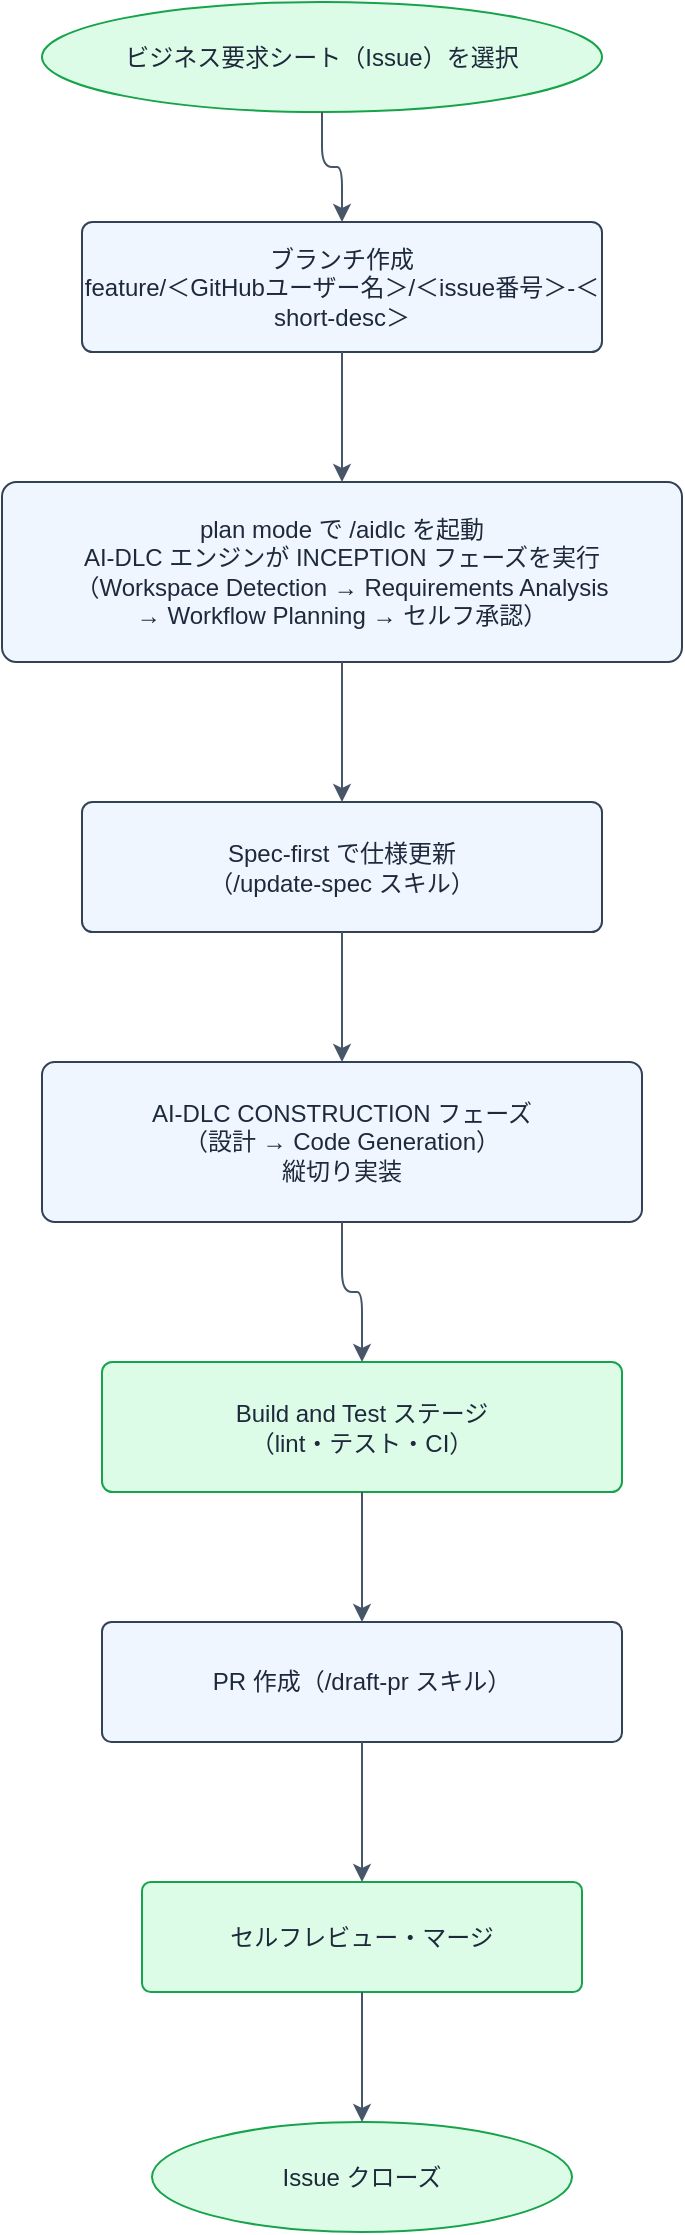
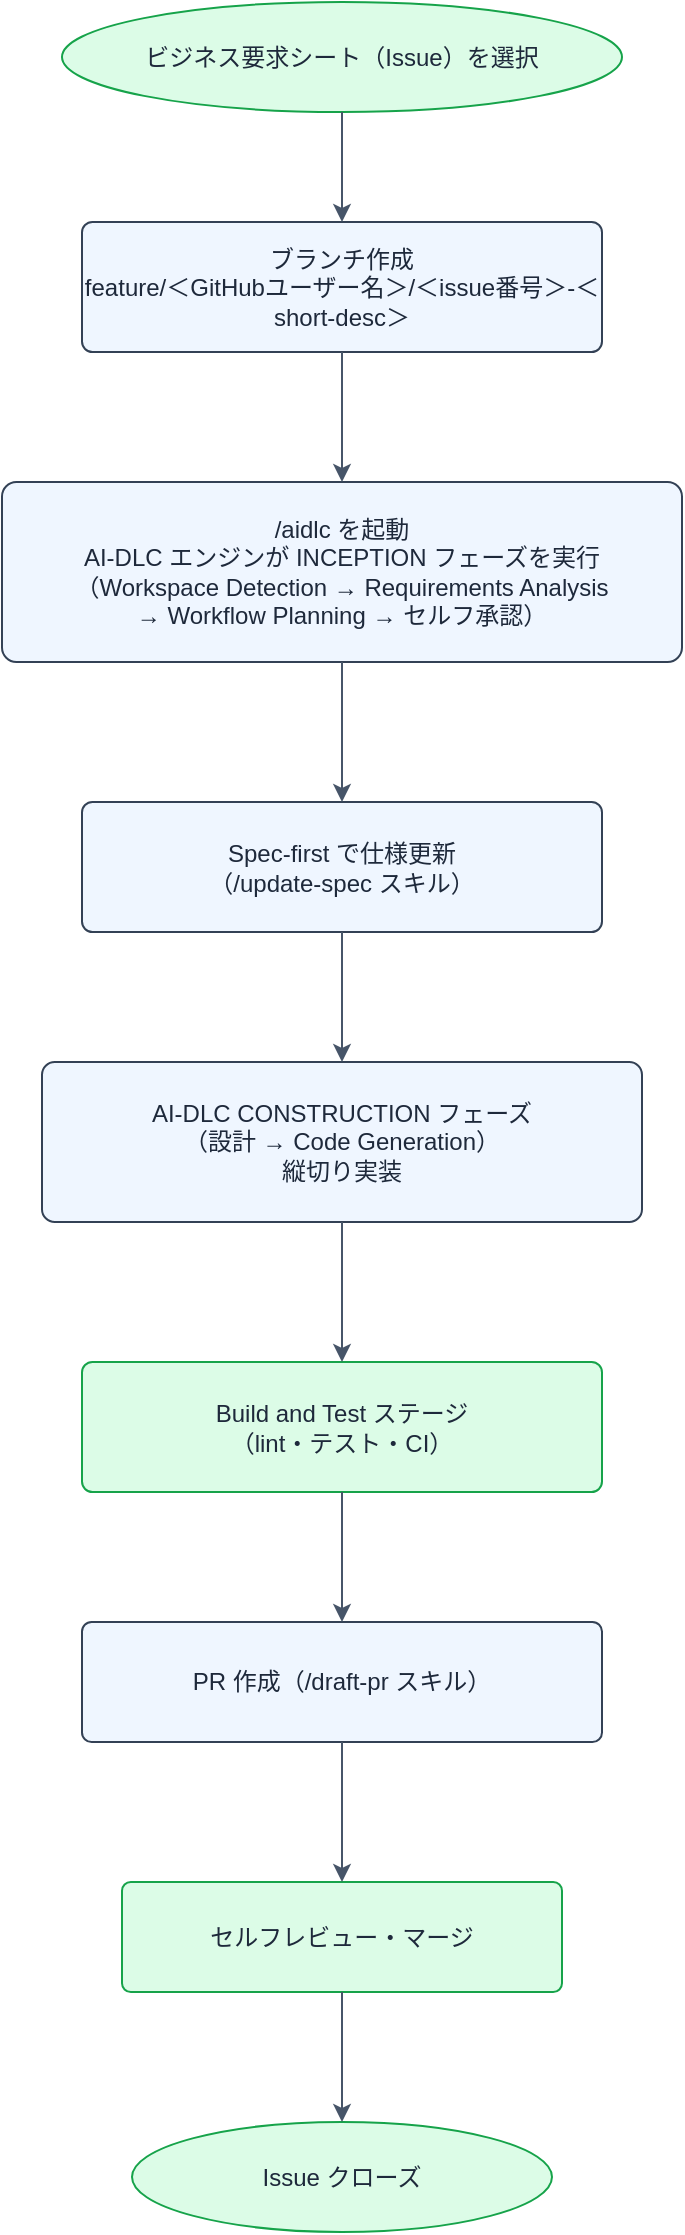
- <?xml version="1.0" encoding="UTF-8"?>
- <mxfile host="drawio" version="26.0.0">
-   <diagram name="標準開発フロー">
-     <mxGraphModel>
-       <root>
-         <mxCell id="0" />
-         <mxCell id="1" parent="0" />
-         <!-- A: ビジネス要求シート（Issue）を選択 -->
-         <mxCell id="2" value="ビジネス要求シート（Issue）を選択" style="ellipse;whiteSpace=wrap;html=1;fillColor=#DCFCE7;strokeColor=#16A34A;fontColor=#1E293B;" vertex="1" parent="1">
-           <mxGeometry x="240" y="20" width="280" height="55" as="geometry" />
-         </mxCell>
-         <!-- B: ブランチ作成 -->
-         <mxCell id="3" value="ブランチ作成&#xa;feature/＜GitHubユーザー名＞/＜issue番号＞-＜short-desc＞" style="rounded=1;whiteSpace=wrap;html=1;fillColor=#EFF6FF;strokeColor=#334155;fontColor=#1E293B;arcSize=8;" vertex="1" parent="1">
-           <mxGeometry x="260" y="130" width="260" height="65" as="geometry" />
-         </mxCell>
-         <!-- C: AI-DLC INCEPTION -->
-         <mxCell id="4" value="plan mode で /aidlc を起動&#xa;AI-DLC エンジンが INCEPTION フェーズを実行&#xa;（Workspace Detection → Requirements Analysis&#xa;→ Workflow Planning → セルフ承認）" style="rounded=1;whiteSpace=wrap;html=1;fillColor=#EFF6FF;strokeColor=#334155;fontColor=#1E293B;arcSize=8;" vertex="1" parent="1">
-           <mxGeometry x="220" y="260" width="340" height="90" as="geometry" />
-         </mxCell>
-         <!-- D: Spec-first で仕様更新 -->
-         <mxCell id="6" value="Spec-first で仕様更新&#xa;（/update-spec スキル）" style="rounded=1;whiteSpace=wrap;html=1;fillColor=#EFF6FF;strokeColor=#334155;fontColor=#1E293B;arcSize=8;" vertex="1" parent="1">
-           <mxGeometry x="260" y="420" width="260" height="65" as="geometry" />
-         </mxCell>
-         <!-- E: AI-DLC CONSTRUCTION -->
-         <mxCell id="7" value="AI-DLC CONSTRUCTION フェーズ&#xa;（設計 → Code Generation）&#xa;縦切り実装" style="rounded=1;whiteSpace=wrap;html=1;fillColor=#EFF6FF;strokeColor=#334155;fontColor=#1E293B;arcSize=8;" vertex="1" parent="1">
-           <mxGeometry x="240" y="550" width="300" height="80" as="geometry" />
-         </mxCell>
-         <!-- F: Build and Test -->
-         <mxCell id="8" value="Build and Test ステージ&#xa;（lint・テスト・CI）" style="rounded=1;whiteSpace=wrap;html=1;fillColor=#DCFCE7;strokeColor=#16A34A;fontColor=#1E293B;arcSize=8;" vertex="1" parent="1">
-           <mxGeometry x="270" y="700" width="260" height="65" as="geometry" />
-         </mxCell>
-         <!-- H: PR 作成 -->
-         <mxCell id="9" value="PR 作成（/draft-pr スキル）" style="rounded=1;whiteSpace=wrap;html=1;fillColor=#EFF6FF;strokeColor=#334155;fontColor=#1E293B;arcSize=8;" vertex="1" parent="1">
-           <mxGeometry x="270" y="830" width="260" height="60" as="geometry" />
-         </mxCell>
-         <!-- I: セルフレビュー・マージ -->
-         <mxCell id="11" value="セルフレビュー・マージ" style="rounded=1;whiteSpace=wrap;html=1;fillColor=#DCFCE7;strokeColor=#16A34A;fontColor=#1E293B;arcSize=8;" vertex="1" parent="1">
-           <mxGeometry x="290" y="960" width="220" height="55" as="geometry" />
-         </mxCell>
-         <!-- J: Issue クローズ -->
-         <mxCell id="12" value="Issue クローズ" style="ellipse;whiteSpace=wrap;html=1;fillColor=#DCFCE7;strokeColor=#16A34A;fontColor=#1E293B;" vertex="1" parent="1">
-           <mxGeometry x="295" y="1080" width="210" height="55" as="geometry" />
-         </mxCell>
-         <!-- Edges -->
-         <!-- A → B -->
-         <mxCell id="13" value="" style="edgeStyle=orthogonalEdgeStyle;rounded=1;orthogonalLoop=1;jettySize=auto;html=1;strokeColor=#475569;" edge="1" parent="1" source="2" target="3">
-           <mxGeometry relative="1" as="geometry" />
-         </mxCell>
-         <!-- B → C -->
-         <mxCell id="14" value="" style="edgeStyle=orthogonalEdgeStyle;rounded=1;orthogonalLoop=1;jettySize=auto;html=1;strokeColor=#475569;" edge="1" parent="1" source="3" target="4">
-           <mxGeometry relative="1" as="geometry" />
-         </mxCell>
-         <!-- C → D -->
-         <mxCell id="15" value="" style="edgeStyle=orthogonalEdgeStyle;rounded=1;orthogonalLoop=1;jettySize=auto;html=1;strokeColor=#475569;" edge="1" parent="1" source="4" target="6">
-           <mxGeometry relative="1" as="geometry" />
-         </mxCell>
-         <!-- D → E -->
-         <mxCell id="18" value="" style="edgeStyle=orthogonalEdgeStyle;rounded=1;orthogonalLoop=1;jettySize=auto;html=1;strokeColor=#475569;" edge="1" parent="1" source="6" target="7">
-           <mxGeometry relative="1" as="geometry" />
-         </mxCell>
-         <!-- E → F -->
-         <mxCell id="19" value="" style="edgeStyle=orthogonalEdgeStyle;rounded=1;orthogonalLoop=1;jettySize=auto;html=1;strokeColor=#475569;" edge="1" parent="1" source="7" target="8">
-           <mxGeometry relative="1" as="geometry" />
-         </mxCell>
-         <!-- F → H -->
-         <mxCell id="20" value="" style="edgeStyle=orthogonalEdgeStyle;rounded=1;orthogonalLoop=1;jettySize=auto;html=1;strokeColor=#475569;" edge="1" parent="1" source="8" target="9">
-           <mxGeometry relative="1" as="geometry" />
-         </mxCell>
-         <!-- H → I -->
-         <mxCell id="21" value="" style="edgeStyle=orthogonalEdgeStyle;rounded=1;orthogonalLoop=1;jettySize=auto;html=1;strokeColor=#475569;" edge="1" parent="1" source="9" target="11">
-           <mxGeometry relative="1" as="geometry" />
-         </mxCell>
-         <!-- I → J -->
-         <mxCell id="24" value="" style="edgeStyle=orthogonalEdgeStyle;rounded=1;orthogonalLoop=1;jettySize=auto;html=1;strokeColor=#475569;" edge="1" parent="1" source="11" target="12">
-           <mxGeometry relative="1" as="geometry" />
-         </mxCell>
-       </root>
-     </mxGraphModel>
-   </diagram>
- </mxfile>
+ <mxfile host="65bd71144e">
+     <diagram name="標準開発フロー" id="0">
+         <mxGraphModel dx="280" dy="659" grid="1" gridSize="10" guides="1" tooltips="1" connect="1" arrows="1" fold="1" page="1" pageScale="1" pageWidth="827" pageHeight="1169" math="0" shadow="0">
+             <root>
+                 <mxCell id="0"/>
+                 <mxCell id="1" parent="0"/>
+                 <mxCell id="2" value="ビジネス要求シート（Issue）を選択" style="ellipse;whiteSpace=wrap;html=1;fillColor=#DCFCE7;strokeColor=#16A34A;fontColor=#1E293B;" parent="1" vertex="1">
+                     <mxGeometry x="260" y="20" width="280" height="55" as="geometry"/>
+                 </mxCell>
+                 <mxCell id="3" value="ブランチ作成&#xa;feature/＜GitHubユーザー名＞/＜issue番号＞-＜short-desc＞" style="rounded=1;whiteSpace=wrap;html=1;fillColor=#EFF6FF;strokeColor=#334155;fontColor=#1E293B;arcSize=8;" parent="1" vertex="1">
+                     <mxGeometry x="270" y="130" width="260" height="65" as="geometry"/>
+                 </mxCell>
+                 <mxCell id="4" value="/aidlc を起動&#xa;AI-DLC エンジンが INCEPTION フェーズを実行&#xa;（Workspace Detection → Requirements Analysis&#xa;→ Workflow Planning → セルフ承認）" style="rounded=1;whiteSpace=wrap;html=1;fillColor=#EFF6FF;strokeColor=#334155;fontColor=#1E293B;arcSize=8;" parent="1" vertex="1">
+                     <mxGeometry x="230" y="260" width="340" height="90" as="geometry"/>
+                 </mxCell>
+                 <mxCell id="6" value="Spec-first で仕様更新&#xa;（/update-spec スキル）" style="rounded=1;whiteSpace=wrap;html=1;fillColor=#EFF6FF;strokeColor=#334155;fontColor=#1E293B;arcSize=8;" parent="1" vertex="1">
+                     <mxGeometry x="270" y="420" width="260" height="65" as="geometry"/>
+                 </mxCell>
+                 <mxCell id="7" value="AI-DLC CONSTRUCTION フェーズ&#xa;（設計 → Code Generation）&#xa;縦切り実装" style="rounded=1;whiteSpace=wrap;html=1;fillColor=#EFF6FF;strokeColor=#334155;fontColor=#1E293B;arcSize=8;" parent="1" vertex="1">
+                     <mxGeometry x="250" y="550" width="300" height="80" as="geometry"/>
+                 </mxCell>
+                 <mxCell id="8" value="Build and Test ステージ&#xa;（lint・テスト・CI）" style="rounded=1;whiteSpace=wrap;html=1;fillColor=#DCFCE7;strokeColor=#16A34A;fontColor=#1E293B;arcSize=8;" parent="1" vertex="1">
+                     <mxGeometry x="270" y="700" width="260" height="65" as="geometry"/>
+                 </mxCell>
+                 <mxCell id="9" value="PR 作成（/draft-pr スキル）" style="rounded=1;whiteSpace=wrap;html=1;fillColor=#EFF6FF;strokeColor=#334155;fontColor=#1E293B;arcSize=8;" parent="1" vertex="1">
+                     <mxGeometry x="270" y="830" width="260" height="60" as="geometry"/>
+                 </mxCell>
+                 <mxCell id="11" value="セルフレビュー・マージ" style="rounded=1;whiteSpace=wrap;html=1;fillColor=#DCFCE7;strokeColor=#16A34A;fontColor=#1E293B;arcSize=8;" parent="1" vertex="1">
+                     <mxGeometry x="290" y="960" width="220" height="55" as="geometry"/>
+                 </mxCell>
+                 <mxCell id="12" value="Issue クローズ" style="ellipse;whiteSpace=wrap;html=1;fillColor=#DCFCE7;strokeColor=#16A34A;fontColor=#1E293B;" parent="1" vertex="1">
+                     <mxGeometry x="295" y="1080" width="210" height="55" as="geometry"/>
+                 </mxCell>
+                 <mxCell id="13" value="" style="edgeStyle=orthogonalEdgeStyle;rounded=1;orthogonalLoop=1;jettySize=auto;html=1;strokeColor=#475569;" parent="1" source="2" target="3" edge="1">
+                     <mxGeometry relative="1" as="geometry"/>
+                 </mxCell>
+                 <mxCell id="14" value="" style="edgeStyle=orthogonalEdgeStyle;rounded=1;orthogonalLoop=1;jettySize=auto;html=1;strokeColor=#475569;" parent="1" source="3" target="4" edge="1">
+                     <mxGeometry relative="1" as="geometry"/>
+                 </mxCell>
+                 <mxCell id="15" value="" style="edgeStyle=orthogonalEdgeStyle;rounded=1;orthogonalLoop=1;jettySize=auto;html=1;strokeColor=#475569;" parent="1" source="4" target="6" edge="1">
+                     <mxGeometry relative="1" as="geometry"/>
+                 </mxCell>
+                 <mxCell id="18" value="" style="edgeStyle=orthogonalEdgeStyle;rounded=1;orthogonalLoop=1;jettySize=auto;html=1;strokeColor=#475569;" parent="1" source="6" target="7" edge="1">
+                     <mxGeometry relative="1" as="geometry"/>
+                 </mxCell>
+                 <mxCell id="19" value="" style="edgeStyle=orthogonalEdgeStyle;rounded=1;orthogonalLoop=1;jettySize=auto;html=1;strokeColor=#475569;" parent="1" source="7" target="8" edge="1">
+                     <mxGeometry relative="1" as="geometry"/>
+                 </mxCell>
+                 <mxCell id="20" value="" style="edgeStyle=orthogonalEdgeStyle;rounded=1;orthogonalLoop=1;jettySize=auto;html=1;strokeColor=#475569;" parent="1" source="8" target="9" edge="1">
+                     <mxGeometry relative="1" as="geometry"/>
+                 </mxCell>
+                 <mxCell id="21" value="" style="edgeStyle=orthogonalEdgeStyle;rounded=1;orthogonalLoop=1;jettySize=auto;html=1;strokeColor=#475569;" parent="1" source="9" target="11" edge="1">
+                     <mxGeometry relative="1" as="geometry"/>
+                 </mxCell>
+                 <mxCell id="24" value="" style="edgeStyle=orthogonalEdgeStyle;rounded=1;orthogonalLoop=1;jettySize=auto;html=1;strokeColor=#475569;" parent="1" source="11" target="12" edge="1">
+                     <mxGeometry relative="1" as="geometry"/>
+                 </mxCell>
+             </root>
+         </mxGraphModel>
+     </diagram>
+ </mxfile>